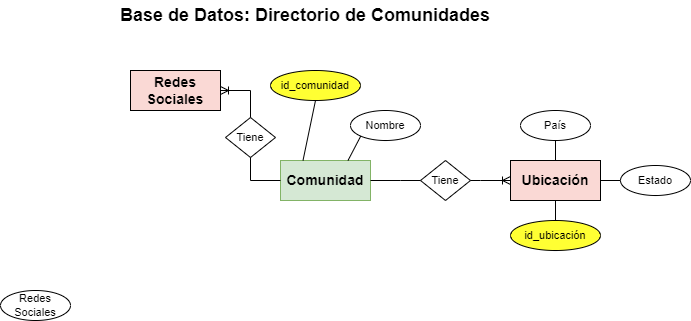
Earlier version of the draw.io export DB-Directorio.drawio.png (lindafdz/DB-SFWIT). Source tidied: cells renumbered, new cells last; positions are measured from the earlier drawing's top-left corner, leaving out a move shared by most shapes.
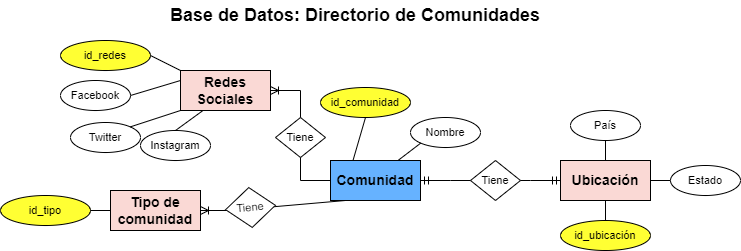
The same file after the commit.

What changed in the source:
```diff
@@ -2,20 +2,17 @@
   <root>
     <mxCell id="0" />
     <mxCell id="1" parent="0" />
-    <mxCell id="2" value="Comunidad" style="rounded=0;whiteSpace=wrap;html=1;fontSize=14;fontStyle=1;fillColor=#d5e8d4;strokeColor=#82b366;" parent="1" vertex="1">
+    <mxCell id="2" value="Comunidad" style="rounded=0;whiteSpace=wrap;html=1;fontSize=14;fontStyle=1;fillColor=#66B2FF;strokeColor=#000000;" parent="1" vertex="1">
       <mxGeometry x="280" y="160" width="90" height="40" as="geometry" />
     </mxCell>
     <mxCell id="3" value="Base de Datos: Directorio de Comunidades" style="text;html=1;strokeColor=none;fillColor=none;align=center;verticalAlign=middle;whiteSpace=wrap;rounded=0;fontSize=18;fontStyle=1;" parent="1" vertex="1">
       <mxGeometry x="70" width="470" height="30" as="geometry" />
     </mxCell>
     <mxCell id="4" value="Nombre" style="ellipse;whiteSpace=wrap;html=1;fontSize=11;" parent="1" vertex="1">
-      <mxGeometry x="350" y="110" width="70" height="30" as="geometry" />
+      <mxGeometry x="360" y="117" width="70" height="30" as="geometry" />
     </mxCell>
-    <mxCell id="5" value="Redes Sociales" style="ellipse;whiteSpace=wrap;html=1;fontSize=11;" parent="1" vertex="1">
-      <mxGeometry y="290" width="70" height="30" as="geometry" />
-    </mxCell>
     <mxCell id="6" value="id_comunidad" style="ellipse;whiteSpace=wrap;html=1;fontSize=11;fillColor=#FFFF33;fontColor=#000000;strokeColor=#000000;" parent="1" vertex="1">
-      <mxGeometry x="270" y="70" width="90" height="30" as="geometry" />
+      <mxGeometry x="270" y="87" width="90" height="30" as="geometry" />
     </mxCell>
     <mxCell id="7" value="Ubicación" style="rounded=0;whiteSpace=wrap;html=1;fontSize=14;fontStyle=1;fillColor=#fad9d5;strokeColor=#000000;" parent="1" vertex="1">
       <mxGeometry x="510" y="160" width="90" height="40" as="geometry" />
@@ -23,12 +20,6 @@
     <mxCell id="8" value="id_ubicación" style="ellipse;whiteSpace=wrap;html=1;fontSize=11;fillColor=#FFFF33;fontColor=#000000;strokeColor=#000000;" parent="1" vertex="1">
       <mxGeometry x="510" y="220" width="90" height="30" as="geometry" />
     </mxCell>
-    <mxCell id="9" style="edgeStyle=entityRelationEdgeStyle;fontSize=12;html=1;endArrow=ERoneToMany;rounded=0;entryX=0;entryY=0.5;entryDx=0;entryDy=0;exitX=1;exitY=0.5;exitDx=0;exitDy=0;" parent="1" edge="1" source="2" target="7">
-      <mxGeometry relative="1" as="geometry" />
-    </mxCell>
-    <mxCell id="10" value="Tiene" style="rhombus;whiteSpace=wrap;html=1;fontSize=11;" parent="1" vertex="1">
-      <mxGeometry x="420" y="160" width="50" height="40" as="geometry" />
-    </mxCell>
     <mxCell id="11" value="País" style="ellipse;whiteSpace=wrap;html=1;fontSize=11;" parent="1" vertex="1">
       <mxGeometry x="520" y="110" width="70" height="30" as="geometry" />
     </mxCell>
@@ -59,5 +50,50 @@
     <mxCell id="20" style="endArrow=none;html=1;rounded=0;fontSize=11;entryX=0.5;entryY=1;entryDx=0;entryDy=0;exitX=0.25;exitY=0;exitDx=0;exitDy=0;" parent="1" edge="1" source="2" target="6">
       <mxGeometry relative="1" as="geometry" />
     </mxCell>
+    <mxCell id="21" value="id_redes" style="ellipse;whiteSpace=wrap;html=1;fontSize=11;fillColor=#FFFF33;fontColor=#000000;strokeColor=#000000;" parent="1" vertex="1">
+      <mxGeometry x="10" y="40" width="90" height="30" as="geometry" />
+    </mxCell>
+    <mxCell id="22" style="endArrow=none;html=1;rounded=0;fontSize=11;entryX=1;entryY=0.5;entryDx=0;entryDy=0;exitX=0;exitY=0;exitDx=0;exitDy=0;" parent="1" edge="1" source="17" target="21">
+      <mxGeometry relative="1" as="geometry" />
+    </mxCell>
+    <mxCell id="23" value="Facebook" style="ellipse;whiteSpace=wrap;html=1;fontSize=11;" parent="1" vertex="1">
+      <mxGeometry x="10" y="80" width="70" height="30" as="geometry" />
+    </mxCell>
+    <mxCell id="24" value="Twitter" style="ellipse;whiteSpace=wrap;html=1;fontSize=11;" parent="1" vertex="1">
+      <mxGeometry x="20" y="122" width="70" height="30" as="geometry" />
+    </mxCell>
+    <mxCell id="25" value="Instagram" style="ellipse;whiteSpace=wrap;html=1;fontSize=11;" parent="1" vertex="1">
+      <mxGeometry x="90" y="130" width="70" height="30" as="geometry" />
+    </mxCell>
+    <mxCell id="26" style="endArrow=none;html=1;rounded=0;fontSize=11;entryX=0;entryY=0.25;entryDx=0;entryDy=0;exitX=1;exitY=0.5;exitDx=0;exitDy=0;" parent="1" edge="1" source="23" target="17">
+      <mxGeometry relative="1" as="geometry" />
+    </mxCell>
+    <mxCell id="27" style="endArrow=none;html=1;rounded=0;fontSize=11;entryX=0;entryY=1;entryDx=0;entryDy=0;exitX=1;exitY=0;exitDx=0;exitDy=0;" parent="1" edge="1" source="24" target="17">
+      <mxGeometry relative="1" as="geometry" />
+    </mxCell>
+    <mxCell id="28" style="endArrow=none;html=1;rounded=0;fontSize=11;entryX=0.25;entryY=1;entryDx=0;entryDy=0;exitX=0.5;exitY=0;exitDx=0;exitDy=0;" parent="1" edge="1" source="25" target="17">
+      <mxGeometry relative="1" as="geometry" />
+    </mxCell>
+    <mxCell id="29" value="Tipo de comunidad" style="rounded=0;whiteSpace=wrap;html=1;fontSize=14;fontStyle=1;fillColor=#fad9d5;strokeColor=#000000;" parent="1" vertex="1">
+      <mxGeometry x="60" y="190" width="90" height="40" as="geometry" />
+    </mxCell>
+    <mxCell id="30" style="edgeStyle=entityRelationEdgeStyle;fontSize=12;html=1;endArrow=ERoneToMany;rounded=0;entryX=1;entryY=0.5;entryDx=0;entryDy=0;exitX=0.5;exitY=1;exitDx=0;exitDy=0;" parent="1" edge="1" source="2" target="29">
+      <mxGeometry relative="1" as="geometry" />
+    </mxCell>
+    <mxCell id="31" value="Tiene" style="rhombus;whiteSpace=wrap;html=1;fontSize=11;rotation=-5;" parent="1" vertex="1">
+      <mxGeometry x="175" y="187" width="50" height="40" as="geometry" />
+    </mxCell>
+    <mxCell id="32" value="id_tipo" style="ellipse;whiteSpace=wrap;html=1;fontSize=11;fillColor=#FFFF33;fontColor=#000000;strokeColor=#000000;" parent="1" vertex="1">
+      <mxGeometry x="-50" y="195" width="90" height="30" as="geometry" />
+    </mxCell>
+    <mxCell id="33" style="endArrow=none;html=1;rounded=0;fontSize=11;entryX=1;entryY=0.5;entryDx=0;entryDy=0;exitX=0;exitY=0.5;exitDx=0;exitDy=0;" parent="1" edge="1" source="29" target="32">
+      <mxGeometry relative="1" as="geometry" />
+    </mxCell>
+    <mxCell id="9" style="edgeStyle=entityRelationEdgeStyle;fontSize=12;html=1;endArrow=ERmandOne;startArrow=ERmandOne;rounded=0;exitX=1;exitY=0.5;exitDx=0;exitDy=0;entryX=0;entryY=0.5;entryDx=0;entryDy=0;" parent="1" edge="1" source="2" target="7">
+      <mxGeometry relative="1" as="geometry" />
+    </mxCell>
+    <mxCell id="10" value="Tiene" style="rhombus;whiteSpace=wrap;html=1;fontSize=11;" parent="1" vertex="1">
+      <mxGeometry x="420" y="160" width="50" height="40" as="geometry" />
+    </mxCell>
   </root>
 </mxGraphModel>
```
